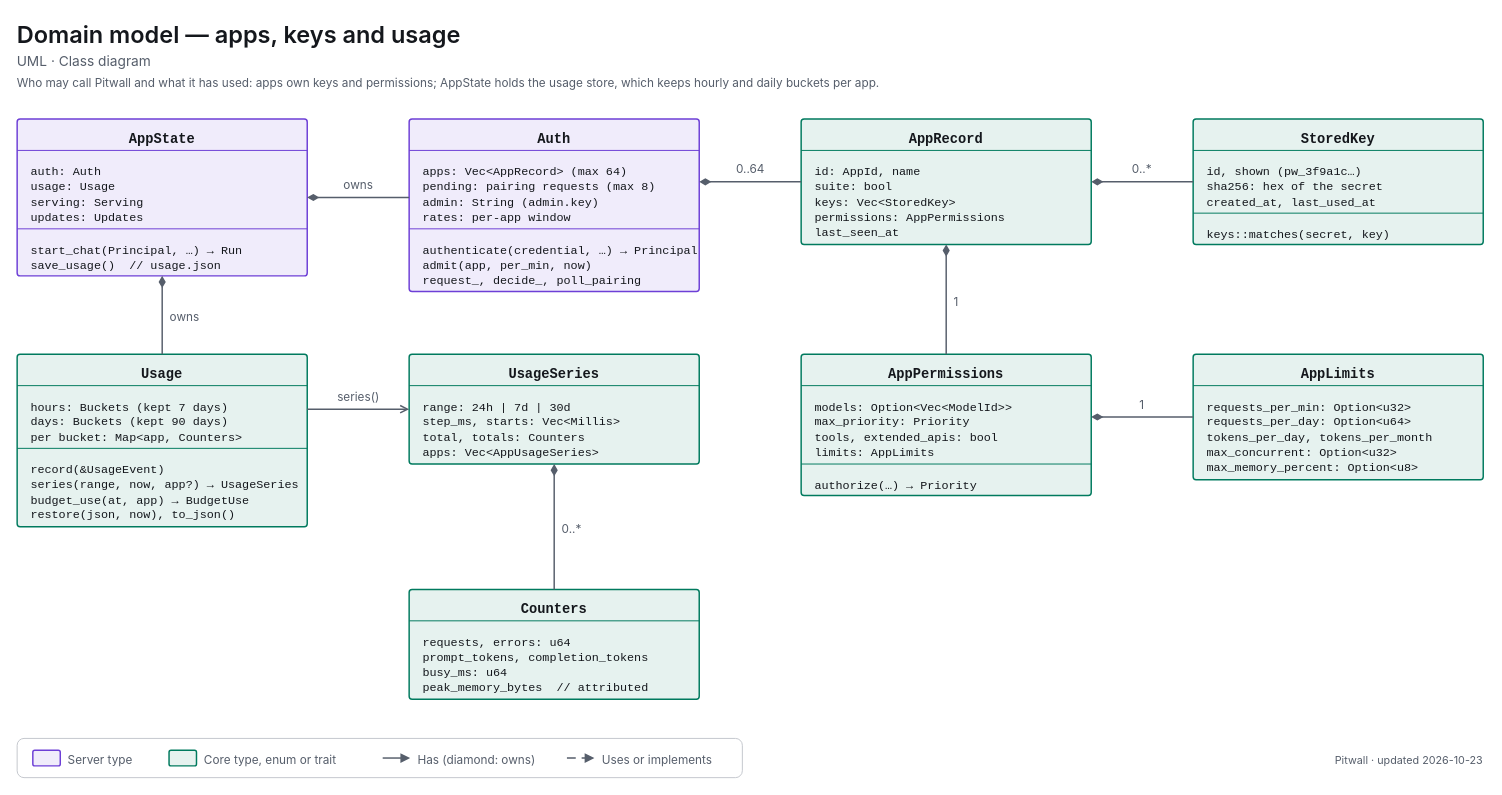
Above: apps/pitwall/docs/diagrams/uml-class-access.drawio in decryp7/paddock (draw.io), before the change. Source tidied: cells renumbered, new cells numbered last; positions are measured from the earlier drawing's top-left corner, leaving out a move shared by most shapes. Both pictures are drawn from the tidied source at 98%, with x=0, y=0 at pixel (17, 17).
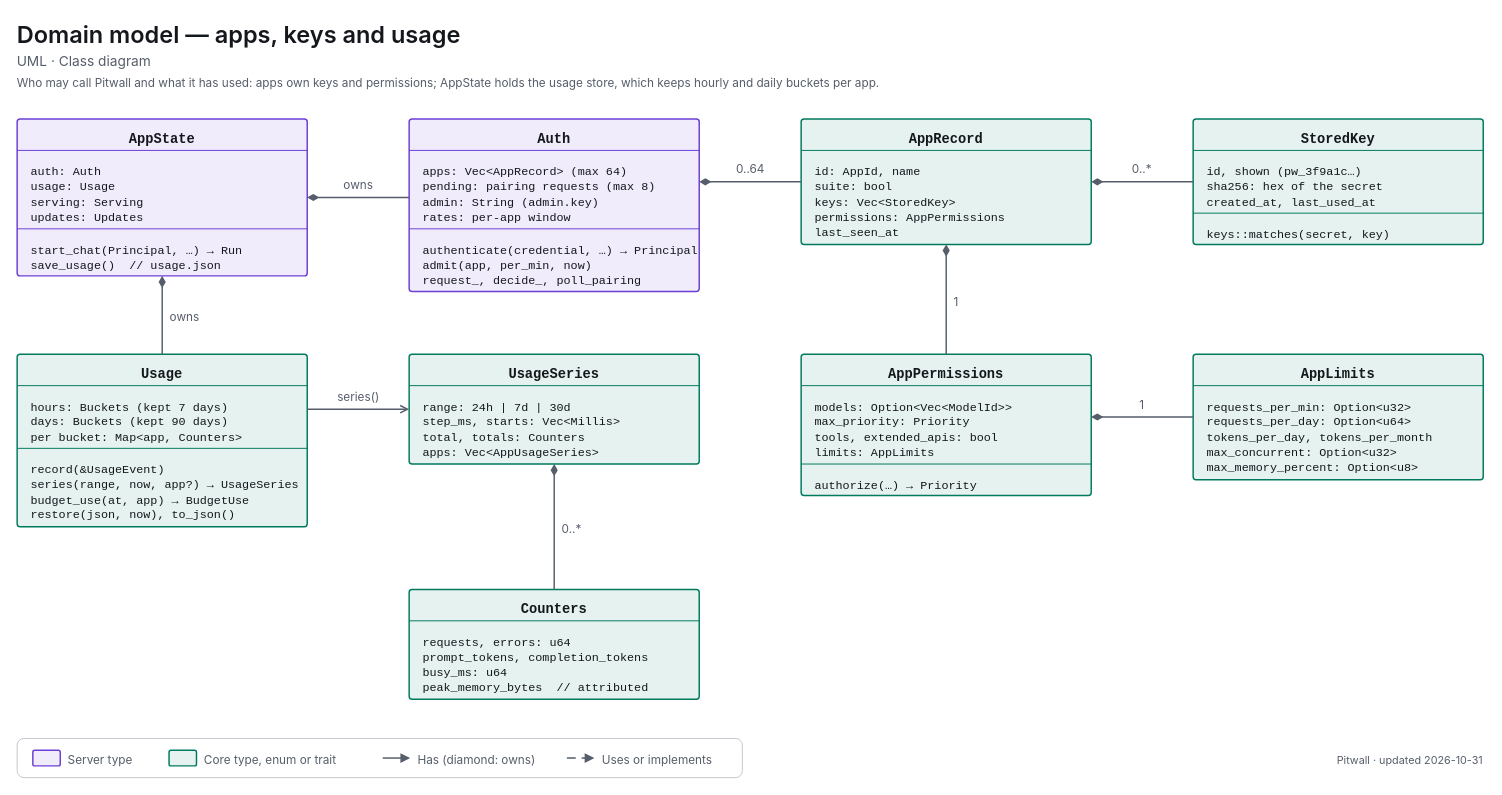
The same diagram, later.

What changed in the source:
```diff
@@
-    <mxCell id="67" value="&lt;span style=&quot;font-size:11px;font-weight:400&quot;&gt;Pitwall · updated 2026-10-23&lt;/span&gt;" style="html=1;whiteSpace=wrap;fontFamily=-apple-system,BlinkMacSystemFont,Segoe UI,system-ui,sans-serif;fontSize=12;fontColor=light-dark(#14171C,#ECEEF1);text;strokeColor=none;fillColor=none;align=right;verticalAlign=top;spacing=0;fontColor=light-dark(#565E6B,#A0A7B2);" parent="1" vertex="1">
+    <mxCell id="67" value="&lt;span style=&quot;font-size:11px;font-weight:400&quot;&gt;Pitwall · updated 2026-10-31&lt;/span&gt;" style="html=1;whiteSpace=wrap;fontFamily=-apple-system,BlinkMacSystemFont,Segoe UI,system-ui,sans-serif;fontSize=12;fontColor=light-dark(#14171C,#ECEEF1);text;strokeColor=none;fillColor=none;align=right;verticalAlign=top;spacing=0;fontColor=light-dark(#565E6B,#A0A7B2);" parent="1" vertex="1">
       <mxGeometry x="1136" y="747" width="360" height="18" as="geometry" />
     </mxCell>
```
